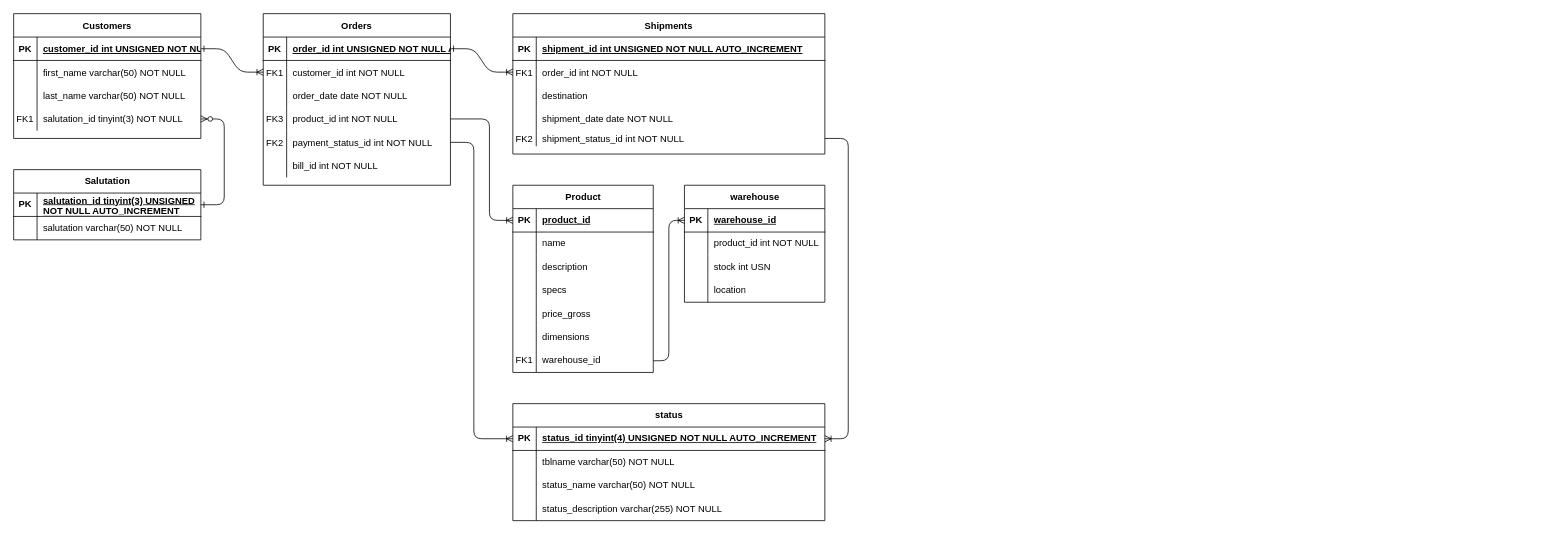
Above: HH_ERM.drawio in Elyesc4/hardwarehub (draw.io), before the change. Source tidied: cells renumbered, new cells numbered last; positions are measured from the earlier drawing's top-left corner, leaving out a move shared by most shapes. Both pictures are drawn from the tidied source at 78%, with x=0, y=0 at pixel (13, 13).
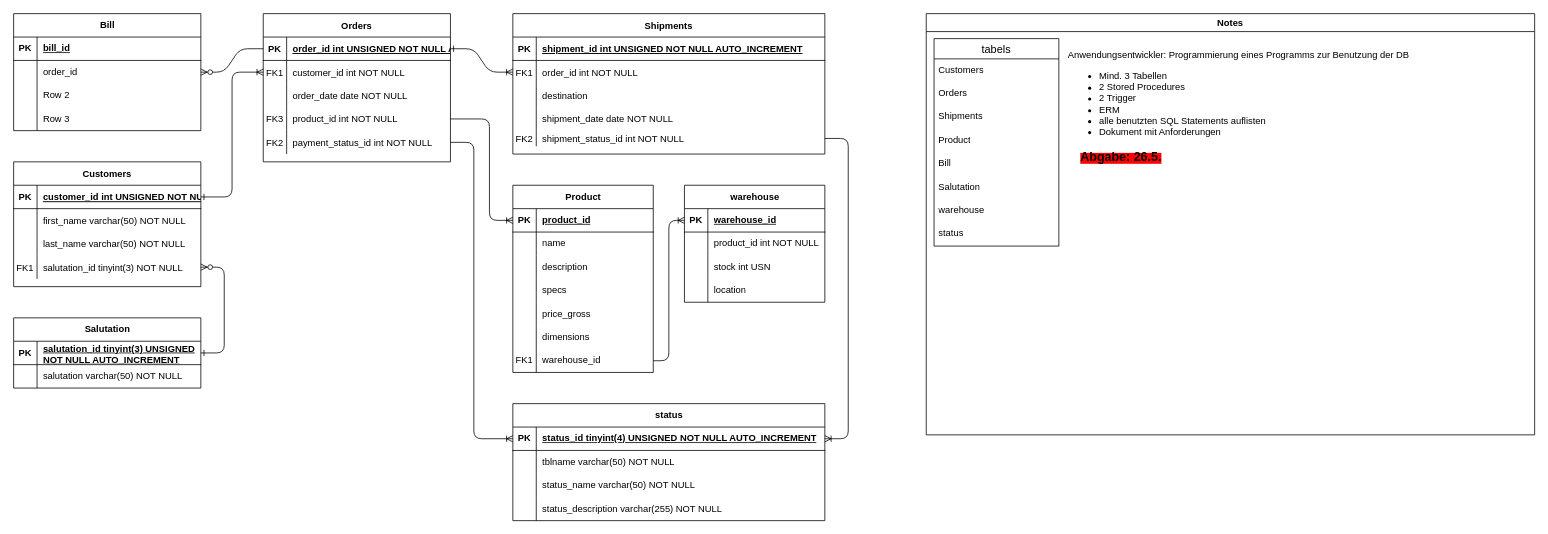
After the change.

Unchanged cells that the change refers to:
```xml
<mxCell id="5" style="shape=partialRectangle;fillColor=none;points=[[0,0.5],[1,0.5]];portConstraint=eastwest;top=0;left=0;right=0;bottom=1;" parent="4" vertex="1">
  <mxGeometry y="30" width="240" height="30" as="geometry" />
</mxCell>
<mxCell id="8" style="shape=partialRectangle;fillColor=none;points=[[0,0.5],[1,0.5]];portConstraint=eastwest;top=0;left=0;right=0;bottom=0;" parent="4" vertex="1">
  <mxGeometry y="60" width="240" height="30" as="geometry" />
</mxCell>
<mxCell id="40" style="shape=partialRectangle;fillColor=none;points=[[0,0.5],[1,0.5]];portConstraint=eastwest;top=0;left=0;right=0;bottom=1;" parent="39" vertex="1">
  <mxGeometry y="30" width="240" height="30" as="geometry" />
</mxCell>
```

What changed in the source:
```diff
@@
-    <mxCell id="2" style="edgeStyle=entityRelationEdgeStyle;endArrow=ERoneToMany;startArrow=ERone;endFill=0;startFill=0;" parent="1" edge="1" source="40" target="8">
+    <mxCell id="2" style="edgeStyle=orthogonalEdgeStyle;endArrow=ERoneToMany;startArrow=ERone;endFill=0;startFill=0;" parent="1" edge="1" source="40" target="8">
       <mxGeometry relative="1" as="geometry" />
     </mxCell>
@@
     <mxCell id="4" value="Orders" style="shape=table;startSize=30;childLayout=tableLayout;rowLines=0;fontStyle=1;align=center;" parent="1" vertex="1">
-      <mxGeometry x="320" width="240" height="220" as="geometry" />
+      <mxGeometry x="320" width="240" height="190" as="geometry" />
     </mxCell>
@@
-    <mxCell id="20" style="shape=partialRectangle;fillColor=none;top=0;left=0;right=0;bottom=0;" parent="4" vertex="1">
-      <mxGeometry y="180" width="240" height="30" as="geometry" />
-    </mxCell>
-    <mxCell id="21" style="shape=partialRectangle;overflow=hidden;fillColor=none;top=0;left=0;bottom=0;right=0;" parent="20" vertex="1">
-      <mxGeometry width="30" height="30" as="geometry" />
-    </mxCell>
-    <mxCell id="22" value="bill_id int NOT NULL" style="shape=partialRectangle;overflow=hidden;fillColor=none;top=0;left=0;bottom=0;right=0;align=left;spacingLeft=6;" parent="20" vertex="1">
-      <mxGeometry x="30" width="210" height="30" as="geometry" />
-    </mxCell>
@@
     <mxCell id="39" value="Customers" style="shape=table;startSize=30;childLayout=tableLayout;rowLines=0;fontStyle=1;align=center;" parent="1" vertex="1">
-      <mxGeometry width="240" height="160" as="geometry" />
+      <mxGeometry y="190" width="240" height="160" as="geometry" />
     </mxCell>
@@
     <mxCell id="52" value="Salutation" style="shape=table;startSize=30;childLayout=tableLayout;rowLines=0;fontStyle=1;align=center;html=1;" parent="1" vertex="1">
-      <mxGeometry y="200" width="240" height="90" as="geometry" />
+      <mxGeometry y="390" width="240" height="90" as="geometry" />
     </mxCell>
@@
+    <mxCell id="112" value="Bill" style="shape=table;startSize=30;childLayout=tableLayout;rowLines=0;fontStyle=1;align=center;html=1;" parent="1" vertex="1">
+      <mxGeometry width="240" height="150" as="geometry" />
+    </mxCell>
+    <mxCell id="113" style="shape=tableRow;horizontal=0;startSize=0;swimlaneHead=0;swimlaneBody=0;fillColor=none;top=0;left=0;right=0;bottom=1;" parent="112" vertex="1">
+      <mxGeometry y="30" width="240" height="30" as="geometry" />
+    </mxCell>
+    <mxCell id="114" value="PK" style="shape=partialRectangle;fillColor=none;top=0;left=0;bottom=0;right=0;fontStyle=1;overflow=hidden;whiteSpace=wrap;html=1;" parent="113" vertex="1">
+      <mxGeometry width="30" height="30" as="geometry" />
+    </mxCell>
+    <mxCell id="115" value="bill_id" style="shape=partialRectangle;fillColor=none;top=0;left=0;bottom=0;right=0;align=left;spacingLeft=6;fontStyle=5;overflow=hidden;whiteSpace=wrap;html=1;" parent="113" vertex="1">
+      <mxGeometry x="30" width="210" height="30" as="geometry" />
+    </mxCell>
+    <mxCell id="116" style="shape=tableRow;horizontal=0;startSize=0;swimlaneHead=0;swimlaneBody=0;fillColor=none;points=[[0,0.5],[1,0.5]];portConstraint=eastwest;top=0;left=0;right=0;bottom=0;" parent="112" vertex="1">
+      <mxGeometry y="60" width="240" height="30" as="geometry" />
+    </mxCell>
+    <mxCell id="117" style="shape=partialRectangle;fillColor=none;top=0;left=0;bottom=0;right=0;overflow=hidden;whiteSpace=wrap;html=1;" parent="116" vertex="1">
+      <mxGeometry width="30" height="30" as="geometry" />
+    </mxCell>
+    <mxCell id="118" value="order_id" style="shape=partialRectangle;fillColor=none;top=0;left=0;bottom=0;right=0;align=left;spacingLeft=6;overflow=hidden;whiteSpace=wrap;html=1;" parent="116" vertex="1">
+      <mxGeometry x="30" width="210" height="30" as="geometry" />
+    </mxCell>
+    <mxCell id="119" style="shape=tableRow;horizontal=0;startSize=0;swimlaneHead=0;swimlaneBody=0;fillColor=none;top=0;left=0;right=0;bottom=0;" parent="112" vertex="1">
+      <mxGeometry y="90" width="240" height="30" as="geometry" />
+    </mxCell>
+    <mxCell id="120" style="shape=partialRectangle;fillColor=none;top=0;left=0;bottom=0;right=0;overflow=hidden;whiteSpace=wrap;html=1;" parent="119" vertex="1">
+      <mxGeometry width="30" height="30" as="geometry" />
+    </mxCell>
+    <mxCell id="121" value="Row 2" style="shape=partialRectangle;fillColor=none;top=0;left=0;bottom=0;right=0;align=left;spacingLeft=6;overflow=hidden;whiteSpace=wrap;html=1;" parent="119" vertex="1">
+      <mxGeometry x="30" width="210" height="30" as="geometry" />
+    </mxCell>
+    <mxCell id="122" style="shape=tableRow;horizontal=0;startSize=0;swimlaneHead=0;swimlaneBody=0;fillColor=none;top=0;left=0;right=0;bottom=0;" parent="112" vertex="1">
+      <mxGeometry y="120" width="240" height="30" as="geometry" />
+    </mxCell>
+    <mxCell id="123" style="shape=partialRectangle;fillColor=none;top=0;left=0;bottom=0;right=0;overflow=hidden;whiteSpace=wrap;html=1;" parent="122" vertex="1">
+      <mxGeometry width="30" height="30" as="geometry" />
+    </mxCell>
+    <mxCell id="124" value="Row 3" style="shape=partialRectangle;fillColor=none;top=0;left=0;bottom=0;right=0;align=left;spacingLeft=6;overflow=hidden;whiteSpace=wrap;html=1;" parent="122" vertex="1">
+      <mxGeometry x="30" width="210" height="30" as="geometry" />
+    </mxCell>
+    <mxCell id="125" style="edgeStyle=entityRelationEdgeStyle;fontSize=12;html=1;endArrow=ERzeroToMany;endFill=1;rounded=1;exitX=0;exitY=0.5;exitDx=0;exitDy=0;" parent="1" edge="1" source="5" target="116">
+      <mxGeometry relative="1" as="geometry" />
+    </mxCell>
+    <mxCell id="126" value="Notes" style="swimlane;whiteSpace=wrap;html=1;gradientColor=none;" parent="1" vertex="1">
+      <mxGeometry x="1170" width="780" height="540" as="geometry" />
+    </mxCell>
+    <mxCell id="127" value="tabels" style="swimlane;fontStyle=0;horizontal=1;startSize=26;align=center;fontSize=14;" parent="126" vertex="1">
+      <mxGeometry x="10" y="32" width="160" height="266" as="geometry" />
+    </mxCell>
+    <mxCell id="128" value="Customers" style="text;strokeColor=none;fillColor=none;spacingLeft=4;spacingRight=4;overflow=hidden;fontSize=12;whiteSpace=wrap;html=1;" parent="127" vertex="1">
+      <mxGeometry y="26" width="160" height="30" as="geometry" />
+    </mxCell>
+    <mxCell id="129" value="Orders" style="text;strokeColor=none;fillColor=none;spacingLeft=4;spacingRight=4;overflow=hidden;fontSize=12;whiteSpace=wrap;html=1;" parent="127" vertex="1">
+      <mxGeometry y="56" width="160" height="30" as="geometry" />
+    </mxCell>
+    <mxCell id="130" value="Shipments" style="text;strokeColor=none;fillColor=none;spacingLeft=4;spacingRight=4;overflow=hidden;fontSize=12;whiteSpace=wrap;html=1;" parent="127" vertex="1">
+      <mxGeometry y="86" width="160" height="30" as="geometry" />
+    </mxCell>
+    <mxCell id="131" value="Product" style="text;strokeColor=none;fillColor=none;spacingLeft=4;spacingRight=4;overflow=hidden;fontSize=12;whiteSpace=wrap;html=1;" parent="127" vertex="1">
+      <mxGeometry y="116" width="160" height="30" as="geometry" />
+    </mxCell>
+    <mxCell id="132" value="Bill" style="text;strokeColor=none;fillColor=none;spacingLeft=4;spacingRight=4;overflow=hidden;fontSize=12;whiteSpace=wrap;html=1;" parent="127" vertex="1">
+      <mxGeometry y="146" width="160" height="30" as="geometry" />
+    </mxCell>
+    <mxCell id="133" value="Salutation" style="text;strokeColor=none;fillColor=none;spacingLeft=4;spacingRight=4;overflow=hidden;fontSize=12;whiteSpace=wrap;html=1;" parent="127" vertex="1">
+      <mxGeometry y="176" width="160" height="30" as="geometry" />
+    </mxCell>
+    <mxCell id="134" value="warehouse" style="text;strokeColor=none;fillColor=none;spacingLeft=4;spacingRight=4;overflow=hidden;fontSize=12;whiteSpace=wrap;html=1;" parent="127" vertex="1">
+      <mxGeometry y="206" width="160" height="30" as="geometry" />
+    </mxCell>
+    <mxCell id="135" value="status" style="text;strokeColor=none;fillColor=none;spacingLeft=4;spacingRight=4;overflow=hidden;fontSize=12;whiteSpace=wrap;html=1;" parent="127" vertex="1">
+      <mxGeometry y="236" width="160" height="30" as="geometry" />
+    </mxCell>
+    <mxCell id="136" value="&lt;p style=&quot;box-sizing: border-box; margin: 0px 0px 10px; color: rgb(242, 242, 242); font-family: &amp;quot;Open Sans&amp;quot;, Arial, sans-serif; font-size: 14px; background-color: rgb(26, 26, 26);&quot;&gt;&lt;/p&gt;&lt;div&gt;&lt;/div&gt;Anwendungsentwickler: Programmierung eines Programms zur Benutzung der DB&lt;br&gt;&lt;ul&gt;&lt;li&gt;Mind. 3 Tabellen&lt;/li&gt;&lt;li&gt;2 Stored Procedures&lt;/li&gt;&lt;li&gt;2 Trigger&lt;/li&gt;&lt;li&gt;ERM&lt;/li&gt;&lt;li&gt;alle benutzten SQL Statements auflisten&lt;/li&gt;&lt;li&gt;Dokument mit Anforderungen&lt;/li&gt;&lt;/ul&gt;" style="text;html=1;strokeColor=none;fillColor=none;align=left;verticalAlign=top;whiteSpace=wrap;rounded=0;horizontal=1;" parent="126" vertex="1">
+      <mxGeometry x="180" y="30" width="440" height="130" as="geometry" />
+    </mxCell>
+    <mxCell id="137" value="&lt;p style=&quot;line-height: 120%;&quot;&gt;&lt;span style=&quot;background-color: rgb(255, 0, 0);&quot;&gt;&lt;b&gt;&lt;font style=&quot;font-size: 16px;&quot;&gt;Abgabe: 26.5.&lt;/font&gt;&lt;/b&gt;&lt;/span&gt;&lt;/p&gt;" style="text;html=1;strokeColor=none;fillColor=none;align=center;verticalAlign=middle;whiteSpace=wrap;rounded=0;" parent="126" vertex="1">
+      <mxGeometry x="180" y="170" width="140" height="30" as="geometry" />
+    </mxCell>
```
